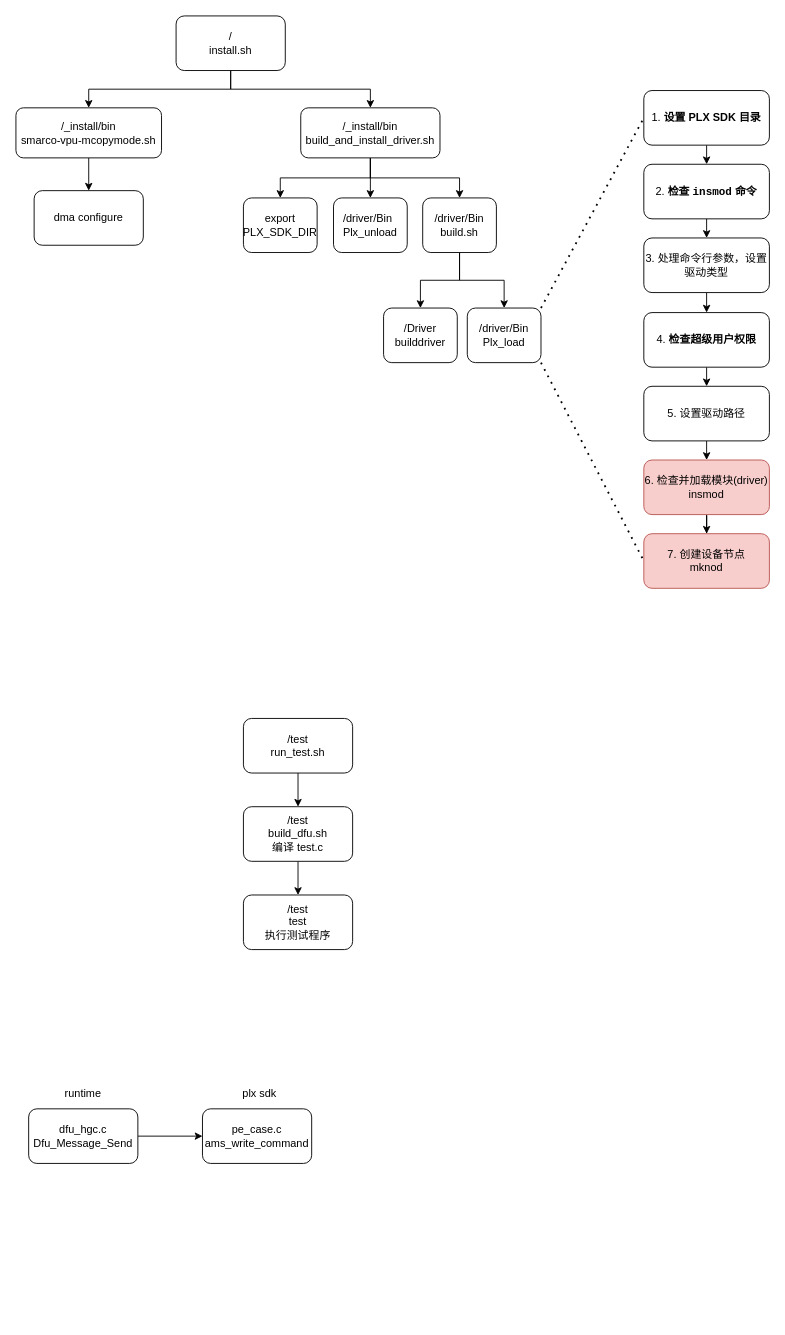
Before: runtime.drawio in gaohongy/drawio, a draw.io diagram. Source tidied: cells renumbered, new cells numbered last; positions are measured from the earlier drawing's top-left corner, leaving out a move shared by most shapes. Both pictures are drawn from the tidied source at 91%, with x=0, y=0 at pixel (15, 15).
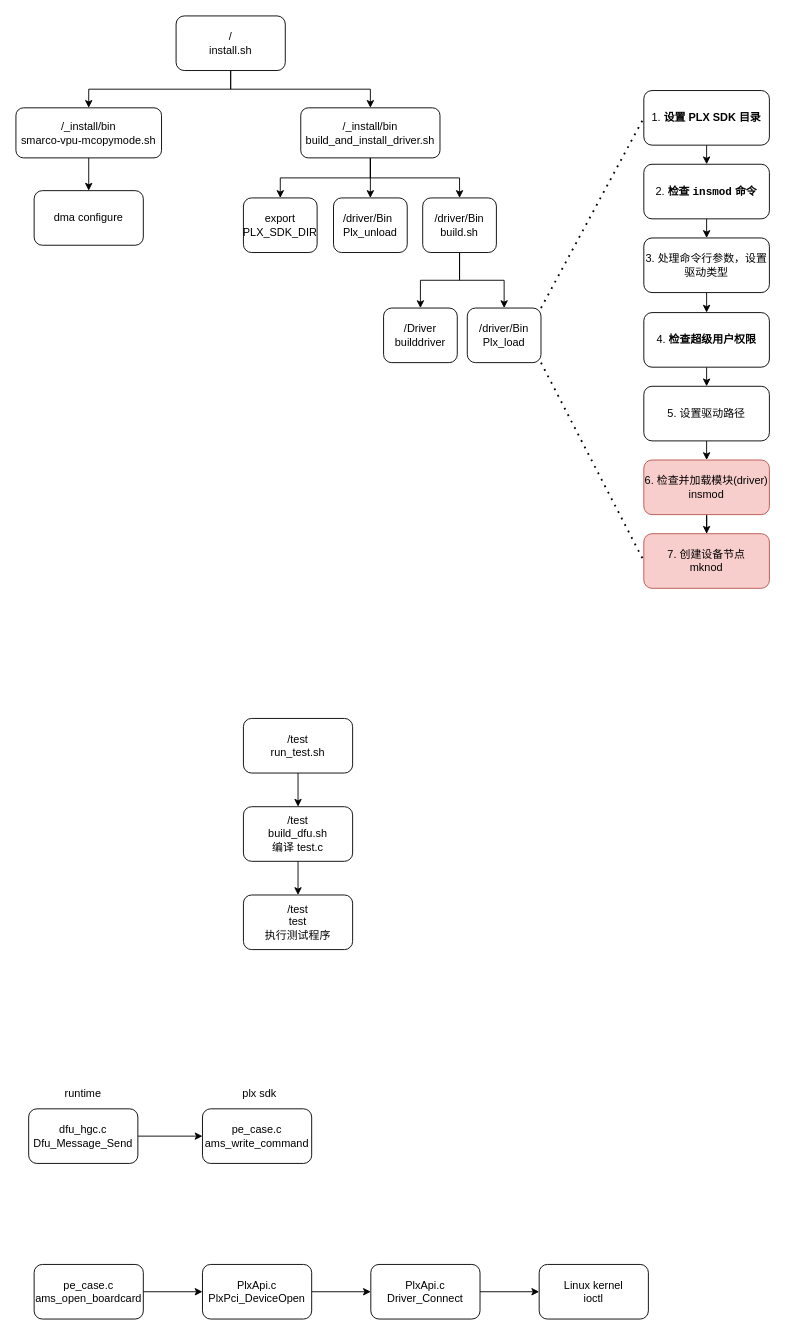
The same page after the edit.

The edit, as a diff of the source:
```diff
@@
+    <mxCell id="44" style="edgeStyle=orthogonalEdgeStyle;rounded=0;jettySize=auto;html=1;exitX=1;exitY=0.5;exitDx=0;exitDy=0;entryX=0;entryY=0.5;entryDx=0;entryDy=0;" parent="1" edge="1" source="45" target="47">
+      <mxGeometry relative="1" as="geometry" />
+    </mxCell>
+    <mxCell id="45" value="pe_case.c&lt;div&gt;ams_open_boardcard&lt;/div&gt;" style="rounded=1;whiteSpace=wrap;html=1;" parent="1" vertex="1">
+      <mxGeometry x="20" y="1372" width="120" height="60" as="geometry" />
+    </mxCell>
+    <mxCell id="46" style="edgeStyle=orthogonalEdgeStyle;rounded=0;jettySize=auto;html=1;exitX=1;exitY=0.5;exitDx=0;exitDy=0;entryX=0;entryY=0.5;entryDx=0;entryDy=0;" parent="1" edge="1" source="47" target="49">
+      <mxGeometry relative="1" as="geometry" />
+    </mxCell>
+    <mxCell id="47" value="PlxApi.c&lt;div&gt;PlxPci_DeviceOpen&lt;/div&gt;" style="rounded=1;whiteSpace=wrap;html=1;" parent="1" vertex="1">
+      <mxGeometry x="205" y="1372" width="120" height="60" as="geometry" />
+    </mxCell>
+    <mxCell id="48" style="edgeStyle=orthogonalEdgeStyle;rounded=0;jettySize=auto;html=1;exitX=1;exitY=0.5;exitDx=0;exitDy=0;entryX=0;entryY=0.5;entryDx=0;entryDy=0;" parent="1" edge="1" source="49" target="50">
+      <mxGeometry relative="1" as="geometry" />
+    </mxCell>
+    <mxCell id="49" value="PlxApi.c&lt;div&gt;Driver_Connect&lt;/div&gt;" style="rounded=1;whiteSpace=wrap;html=1;" parent="1" vertex="1">
+      <mxGeometry x="390" y="1372" width="120" height="60" as="geometry" />
+    </mxCell>
+    <mxCell id="50" value="&lt;div&gt;Linux kernel&lt;/div&gt;&lt;div&gt;ioctl&lt;/div&gt;" style="rounded=1;whiteSpace=wrap;html=1;" parent="1" vertex="1">
+      <mxGeometry x="575" y="1372" width="120" height="60" as="geometry" />
+    </mxCell>
```
